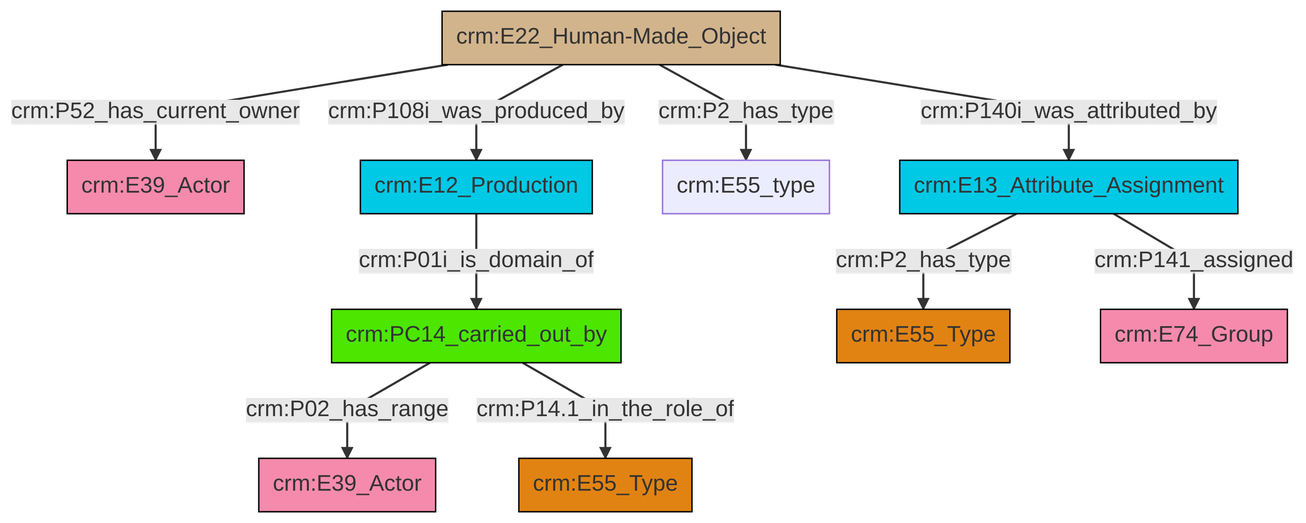
Above: et/builtWorkCSV/ttl/mmd/png/Built_Work_actor_relations.png in swiss-art-research-net/docs.swissartresearch (Mermaid), before the change. Its source is kept beside it as et/builtWorkCSV/ttl/mmd/Built_Work_actor_relations.ttl.mmd. Source of this version:
```mermaid
graph TD
classDef Literal fill:#f2f2f2,stroke:#000000;
classDef CRM_Entity fill:#FFFFFF,stroke:#000000;
classDef Temporal_Entity fill:#00C9E6, stroke:#000000;
classDef Type fill:#E18312, stroke:#000000;
classDef Time-Span fill:#2C9C91, stroke:#000000;
classDef Appellation fill:#FFEB7F, stroke:#000000;
classDef Place fill:#008836, stroke:#000000;
classDef Persistent_Item fill:#B266B2, stroke:#000000;
classDef Conceptual_Object fill:#FFD700, stroke:#000000;
classDef Physical_Thing fill:#D2B48C, stroke:#000000;
classDef Actor fill:#f58aad, stroke:#000000;
classDef PC_Classes fill:#4ce600, stroke:#000000;
classDef Multi fill:#cccccc,stroke:#000000;

0["crm:E22_Human-Made_Object"]:::Physical_Thing -->|crm:P52_has_current_owner| 1["crm:E39_Actor"]:::Actor
0["crm:E22_Human-Made_Object"]:::Physical_Thing -->|crm:P108i_was_produced_by| 4["crm:E12_Production"]:::Temporal_Entity
9["crm:PC14_carried_out_by"]:::PC_Classes -->|crm:P02_has_range| 6["crm:E39_Actor"]:::Actor
4["crm:E12_Production"]:::Temporal_Entity -->|crm:P01i_is_domain_of| 9["crm:PC14_carried_out_by"]:::PC_Classes
0["crm:E22_Human-Made_Object"]:::Physical_Thing -->|crm:P2_has_type| 10["crm:E55_type"]:::Default
12["crm:E13_Attribute_Assignment"]:::Temporal_Entity -->|crm:P2_has_type| 13["crm:E55_Type"]:::Type
0["crm:E22_Human-Made_Object"]:::Physical_Thing -->|crm:P140i_was_attributed_by| 12["crm:E13_Attribute_Assignment"]:::Temporal_Entity
9["crm:PC14_carried_out_by"]:::PC_Classes -->|crm:P14.1_in_the_role_of| 2["crm:E55_Type"]:::Type
12["crm:E13_Attribute_Assignment"]:::Temporal_Entity -->|crm:P141_assigned| 14["crm:E74_Group"]:::Actor
```
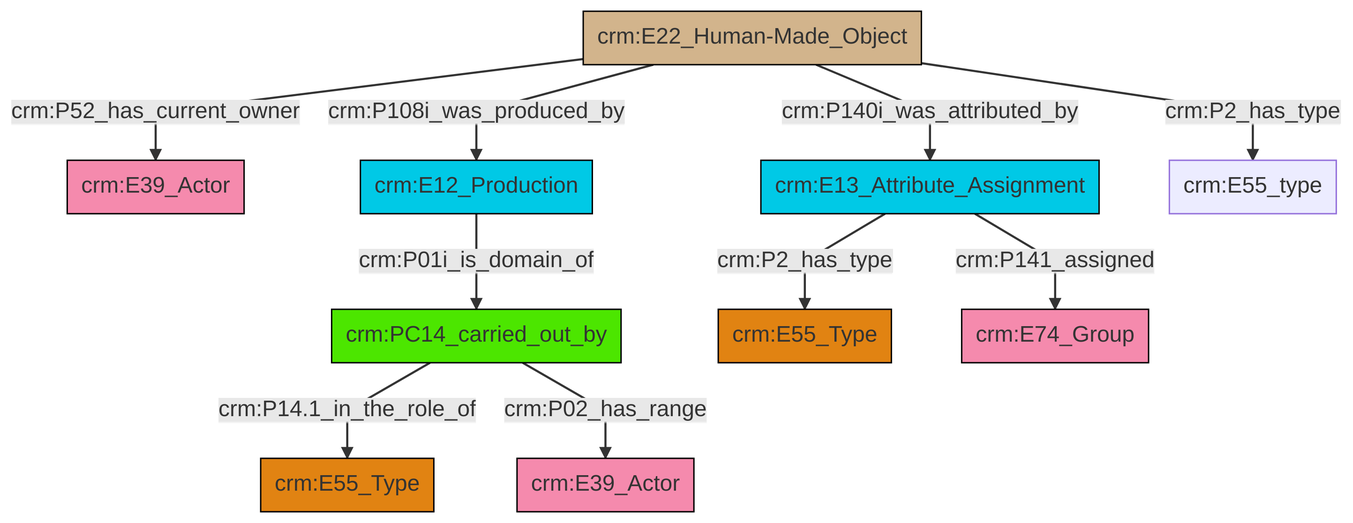
The same file after the commit.

Change to the diagram source:
```diff
@@ -13,12 +13,12 @@
 classDef PC_Classes fill:#4ce600, stroke:#000000;
 classDef Multi fill:#cccccc,stroke:#000000;
 
-0["crm:E22_Human-Made_Object"]:::Physical_Thing -->|crm:P52_has_current_owner| 1["crm:E39_Actor"]:::Actor
-0["crm:E22_Human-Made_Object"]:::Physical_Thing -->|crm:P108i_was_produced_by| 4["crm:E12_Production"]:::Temporal_Entity
-9["crm:PC14_carried_out_by"]:::PC_Classes -->|crm:P02_has_range| 6["crm:E39_Actor"]:::Actor
-4["crm:E12_Production"]:::Temporal_Entity -->|crm:P01i_is_domain_of| 9["crm:PC14_carried_out_by"]:::PC_Classes
-0["crm:E22_Human-Made_Object"]:::Physical_Thing -->|crm:P2_has_type| 10["crm:E55_type"]:::Default
-12["crm:E13_Attribute_Assignment"]:::Temporal_Entity -->|crm:P2_has_type| 13["crm:E55_Type"]:::Type
-0["crm:E22_Human-Made_Object"]:::Physical_Thing -->|crm:P140i_was_attributed_by| 12["crm:E13_Attribute_Assignment"]:::Temporal_Entity
-9["crm:PC14_carried_out_by"]:::PC_Classes -->|crm:P14.1_in_the_role_of| 2["crm:E55_Type"]:::Type
-12["crm:E13_Attribute_Assignment"]:::Temporal_Entity -->|crm:P141_assigned| 14["crm:E74_Group"]:::Actor
+2["crm:E22_Human-Made_Object"]:::Physical_Thing -->|crm:P52_has_current_owner| 3["crm:E39_Actor"]:::Actor
+8["crm:E12_Production"]:::Temporal_Entity -->|crm:P01i_is_domain_of| 4["crm:PC14_carried_out_by"]:::PC_Classes
+9["crm:E13_Attribute_Assignment"]:::Temporal_Entity -->|crm:P141_assigned| 10["crm:E74_Group"]:::Actor
+2["crm:E22_Human-Made_Object"]:::Physical_Thing -->|crm:P2_has_type| 11["crm:E55_type"]:::Default
+2["crm:E22_Human-Made_Object"]:::Physical_Thing -->|crm:P108i_was_produced_by| 8["crm:E12_Production"]:::Temporal_Entity
+4["crm:PC14_carried_out_by"]:::PC_Classes -->|crm:P14.1_in_the_role_of| 0["crm:E55_Type"]:::Type
+9["crm:E13_Attribute_Assignment"]:::Temporal_Entity -->|crm:P2_has_type| 6["crm:E55_Type"]:::Type
+2["crm:E22_Human-Made_Object"]:::Physical_Thing -->|crm:P140i_was_attributed_by| 9["crm:E13_Attribute_Assignment"]:::Temporal_Entity
+4["crm:PC14_carried_out_by"]:::PC_Classes -->|crm:P02_has_range| 12["crm:E39_Actor"]:::Actor
```
